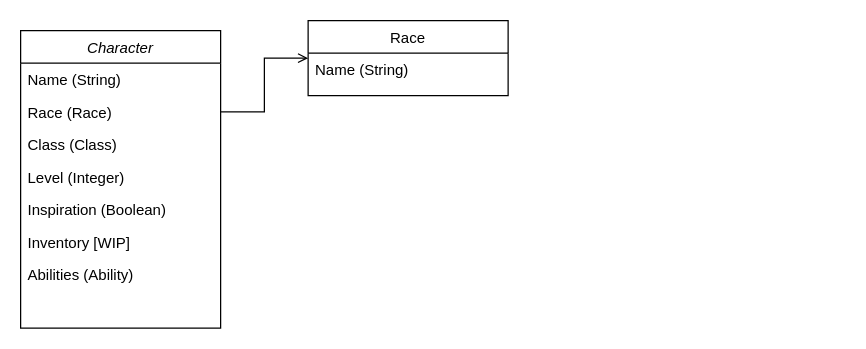
Above: dnd-works.drawio in Aarrn33/dungeon-n-works (draw.io), before the change. Source tidied: cells renumbered, new cells numbered last; positions are measured from the earlier drawing's top-left corner, leaving out a move shared by most shapes. Both pictures are drawn from the tidied source at 125%, with x=0, y=0 at pixel (20, 20).
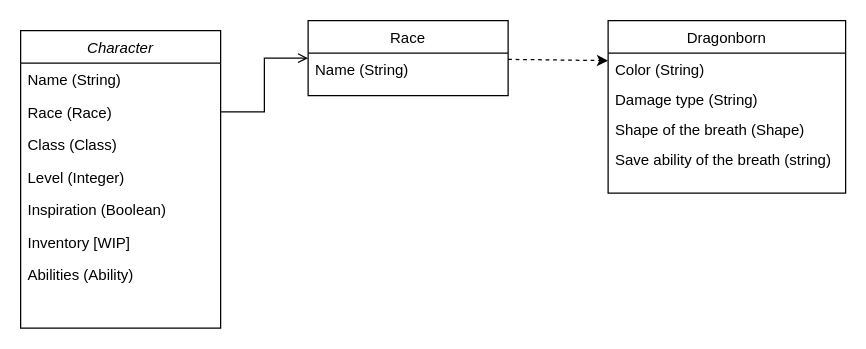
After the change.

Commit message:
continued working on the graph

What changed in the source:
```diff
@@
 <mxGraphModel>
   <root>
     <mxCell id="0" />
     <mxCell id="1" parent="0" />
     <mxCell id="2" value="Character" style="swimlane;fontStyle=2;align=center;verticalAlign=top;horizontal=1;startSize=26;rounded=0;shadow=0;strokeWidth=1;" parent="1" vertex="1">
       <mxGeometry y="8" width="160" height="238" as="geometry" />
     </mxCell>
     <mxCell id="3" value="Name (String)" style="text;align=left;verticalAlign=top;spacingLeft=4;spacingRight=4;overflow=hidden;" parent="2" vertex="1">
       <mxGeometry y="26" width="160" height="26" as="geometry" />
     </mxCell>
     <mxCell id="4" value="Race (Race)" style="text;align=left;verticalAlign=top;spacingLeft=4;spacingRight=4;overflow=hidden;points=[[0,0.5],[1,0.5]];portConstraint=eastwest;rounded=0;shadow=0;html=0;" parent="2" vertex="1">
       <mxGeometry y="52" width="160" height="26" as="geometry" />
     </mxCell>
     <mxCell id="5" value="Class (Class)" style="text;align=left;verticalAlign=top;spacingLeft=4;spacingRight=4;overflow=hidden;rounded=0;shadow=0;html=0;" parent="2" vertex="1">
       <mxGeometry y="78" width="160" height="26" as="geometry" />
     </mxCell>
     <mxCell id="6" value="Level (Integer)" style="text;align=left;verticalAlign=top;spacingLeft=4;spacingRight=4;overflow=hidden;rounded=0;shadow=0;html=0;" parent="2" vertex="1">
       <mxGeometry y="104" width="160" height="26" as="geometry" />
     </mxCell>
     <mxCell id="7" value="Inspiration (Boolean)" style="text;align=left;verticalAlign=top;spacingLeft=4;spacingRight=4;overflow=hidden;rounded=0;shadow=0;html=0;" parent="2" vertex="1">
       <mxGeometry y="130" width="160" height="26" as="geometry" />
     </mxCell>
     <mxCell id="8" value="Inventory [WIP]" style="text;align=left;verticalAlign=top;spacingLeft=4;spacingRight=4;overflow=hidden;rounded=0;shadow=0;html=0;" parent="2" vertex="1">
       <mxGeometry y="156" width="160" height="26" as="geometry" />
     </mxCell>
     <mxCell id="9" value="Abilities (Ability)" style="text;align=left;verticalAlign=top;spacingLeft=4;spacingRight=4;overflow=hidden;rounded=0;shadow=0;html=0;" parent="2" vertex="1">
       <mxGeometry y="182" width="160" height="26" as="geometry" />
     </mxCell>
+    <mxCell id="13" style="edgeStyle=none;html=1;dashed=1;entryX=0;entryY=0.25;entryDx=0;entryDy=0;entryPerimeter=0;" parent="1" edge="1" source="10" target="15">
+      <mxGeometry relative="1" as="geometry" />
+    </mxCell>
     <mxCell id="10" value="Race" style="swimlane;fontStyle=0;align=center;verticalAlign=top;horizontal=1;startSize=26;rounded=0;shadow=0;strokeWidth=1;" parent="1" vertex="1">
       <mxGeometry x="230" width="160" height="60" as="geometry" />
     </mxCell>
     <mxCell id="11" value="Name (String)" style="text;align=left;verticalAlign=top;spacingLeft=4;spacingRight=4;overflow=hidden;" parent="10" vertex="1">
       <mxGeometry y="26" width="160" height="24" as="geometry" />
     </mxCell>
     <mxCell id="12" style="endArrow=open;shadow=0;strokeWidth=1;rounded=0;endFill=1;edgeStyle=elbowEdgeStyle;elbow=vertical;exitX=1;exitY=0.5;exitDx=0;exitDy=0;" parent="1" edge="1" source="4" target="10">
       <mxGeometry x="0.5" y="41" relative="1" as="geometry">
         <mxPoint x="-40" y="32" as="offset" />
       </mxGeometry>
     </mxCell>
+    <mxCell id="14" value="Dragonborn" style="swimlane;fontStyle=0;align=center;verticalAlign=top;horizontal=1;startSize=26;rounded=0;shadow=0;strokeWidth=1;" parent="1" vertex="1">
+      <mxGeometry x="470" width="190" height="138" as="geometry" />
+    </mxCell>
+    <mxCell id="15" value="Color (String)" style="text;align=left;verticalAlign=top;spacingLeft=4;spacingRight=4;overflow=hidden;points=[[0,0.5],[1,0.5]];portConstraint=eastwest;" parent="14" vertex="1">
+      <mxGeometry y="26" width="190" height="24" as="geometry" />
+    </mxCell>
+    <mxCell id="16" value="Damage type (String)" style="text;align=left;verticalAlign=top;spacingLeft=4;spacingRight=4;overflow=hidden;" parent="14" vertex="1">
+      <mxGeometry y="50" width="190" height="24" as="geometry" />
+    </mxCell>
+    <mxCell id="17" value="Shape of the breath (Shape)" style="text;align=left;verticalAlign=top;spacingLeft=4;spacingRight=4;overflow=hidden;" parent="14" vertex="1">
+      <mxGeometry y="74" width="190" height="24" as="geometry" />
+    </mxCell>
+    <mxCell id="18" value="Save ability of the breath (string)" style="text;align=left;verticalAlign=top;spacingLeft=4;spacingRight=4;overflow=hidden;" parent="14" vertex="1">
+      <mxGeometry y="98" width="190" height="24" as="geometry" />
+    </mxCell>
   </root>
 </mxGraphModel>
```
